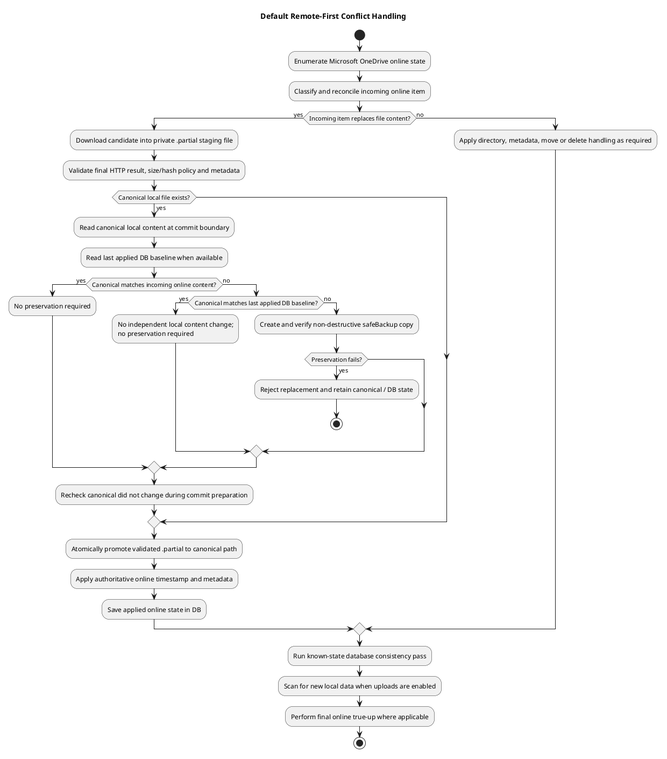
The PlantUML diagram docs/puml/conflict_handling_default.png in abraunegg/onedrive, before a commit.
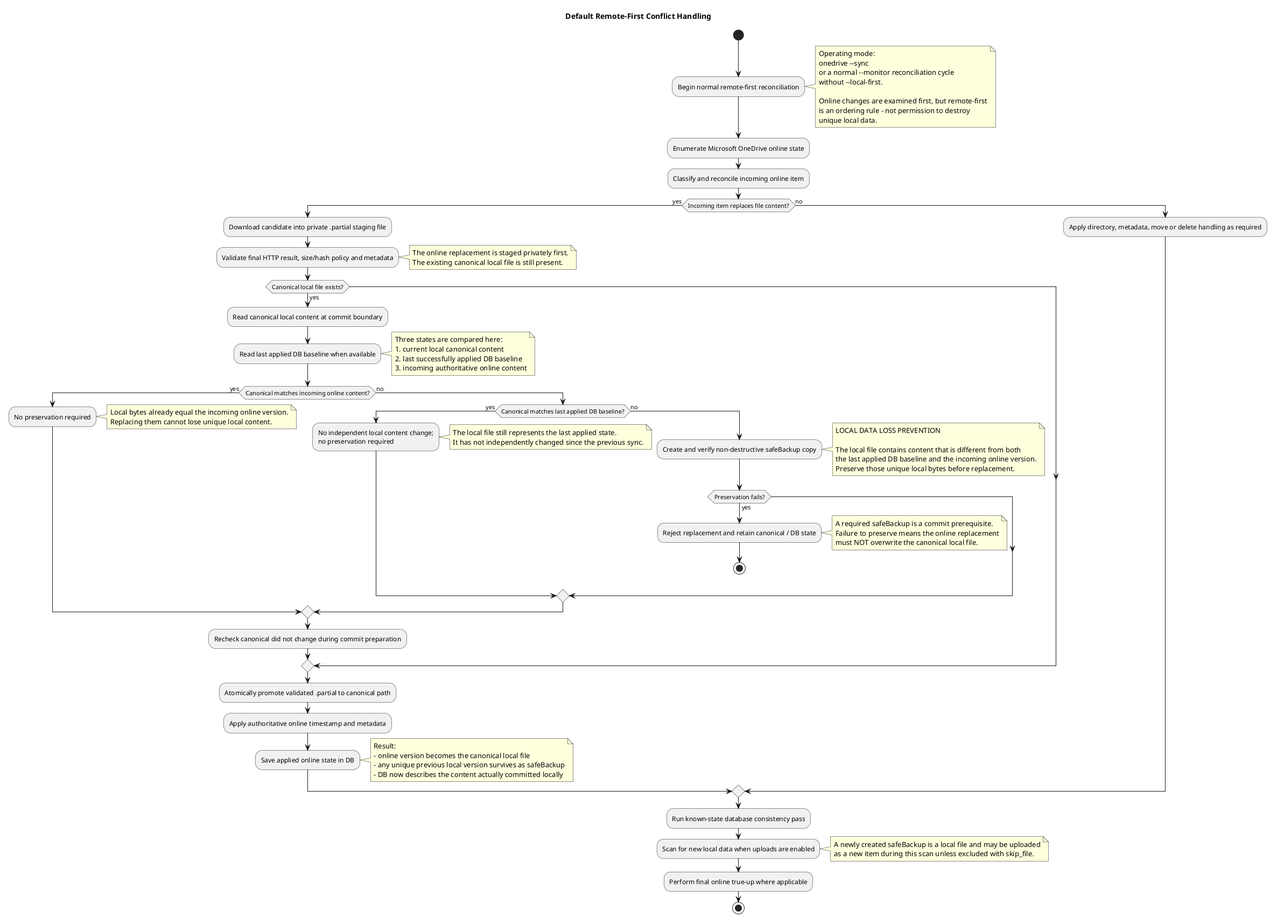
After the change.

What changed in the source:
```diff
@@ -1,25 +1,67 @@
 @startuml
 title Default Remote-First Conflict Handling
 start
+
+:Begin normal remote-first reconciliation;
+note right
+  Operating mode:
+  onedrive ~--sync
+  or a normal ~--monitor reconciliation cycle
+  without ~--local-first.
+
+  Online changes are examined first, but remote-first
+  is an ordering rule - not permission to destroy
+  unique local data.
+end note
 
 :Enumerate Microsoft OneDrive online state;
 :Classify and reconcile incoming online item;
 if (Incoming item replaces file content?) then (yes)
   :Download candidate into private .partial staging file;
   :Validate final HTTP result, size/hash policy and metadata;
+  note right
+    The online replacement is staged privately first.
+    The existing canonical local file is still present.
+  end note
 
   if (Canonical local file exists?) then (yes)
     :Read canonical local content at commit boundary;
     :Read last applied DB baseline when available;
+    note right
+      Three states are compared here:
+      1. current local canonical content
+      2. last successfully applied DB baseline
+      3. incoming authoritative online content
+    end note
     if (Canonical matches incoming online content?) then (yes)
       :No preservation required;
+      note right
+        Local bytes already equal the incoming online version.
+        Replacing them cannot lose unique local content.
+      end note
     else (no)
       if (Canonical matches last applied DB baseline?) then (yes)
         :No independent local content change;\nno preservation required;
+        note right
+          The local file still represents the last applied state.
+          It has not independently changed since the previous sync.
+        end note
       else (no)
         :Create and verify non-destructive safeBackup copy;
+        note right
+          LOCAL DATA LOSS PREVENTION
+
+          The local file contains content that is different from both
+          the last applied DB baseline and the incoming online version.
+          Preserve those unique local bytes before replacement.
+        end note
         if (Preservation fails?) then (yes)
           :Reject replacement and retain canonical / DB state;
+          note right
+            A required safeBackup is a commit prerequisite.
+            Failure to preserve means the online replacement
+            must NOT overwrite the canonical local file.
+          end note
           stop
         endif
       endif
@@ -30,12 +72,22 @@
   :Atomically promote validated .partial to canonical path;
   :Apply authoritative online timestamp and metadata;
   :Save applied online state in DB;
+  note right
+    Result:
+    - online version becomes the canonical local file
+    - any unique previous local version survives as safeBackup
+    - DB now describes the content actually committed locally
+  end note
 else (no)
   :Apply directory, metadata, move or delete handling as required;
 endif
 
 :Run known-state database consistency pass;
 :Scan for new local data when uploads are enabled;
+note right
+  A newly created safeBackup is a local file and may be uploaded
+  as a new item during this scan unless excluded with skip_file.
+end note
 :Perform final online true-up where applicable;
 stop
 @enduml
```
